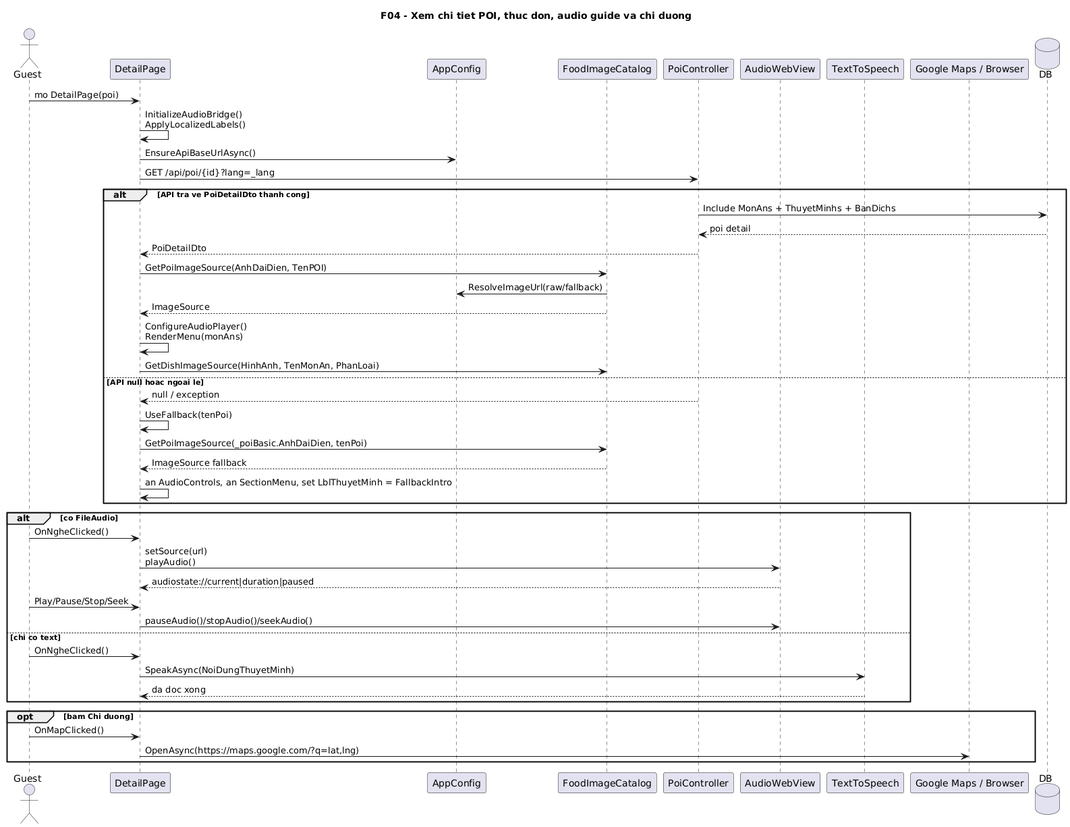
This is docs/diagrams/png/04-poi-detail-sequence.png from VoBao182/PhoAmThuc, a PlantUML export, as it was before one commit. The source it was exported from:
```plantuml
@startuml
title F04 - Xem chi tiet POI, thuc don, audio guide va chi duong

actor Guest
participant DetailPage
participant AppConfig
participant FoodImageCatalog
participant "PoiController" as PoiController
participant AudioWebView
participant "TextToSpeech" as TTS
participant "Google Maps / Browser" as Maps
database DB

Guest -> DetailPage: mo DetailPage(poi)
DetailPage -> DetailPage: InitializeAudioBridge()\nApplyLocalizedLabels()
DetailPage -> AppConfig: EnsureApiBaseUrlAsync()
DetailPage -> PoiController: GET /api/poi/{id}?lang=_lang

alt API tra ve PoiDetailDto thanh cong
  PoiController -> DB: Include MonAns + ThuyetMinhs + BanDichs
  DB --> PoiController: poi detail
  PoiController --> DetailPage: PoiDetailDto
  DetailPage -> FoodImageCatalog: GetPoiImageSource(AnhDaiDien, TenPOI)
  FoodImageCatalog -> AppConfig: ResolveImageUrl(raw/fallback)
  FoodImageCatalog --> DetailPage: ImageSource
  DetailPage -> DetailPage: ConfigureAudioPlayer()\nRenderMenu(monAns)
  DetailPage -> FoodImageCatalog: GetDishImageSource(HinhAnh, TenMonAn, PhanLoai)
else API null hoac ngoai le
  PoiController --> DetailPage: null / exception
  DetailPage -> DetailPage: UseFallback(tenPoi)
  DetailPage -> FoodImageCatalog: GetPoiImageSource(_poiBasic.AnhDaiDien, tenPoi)
  FoodImageCatalog --> DetailPage: ImageSource fallback
  DetailPage -> DetailPage: an AudioControls, an SectionMenu, set LblThuyetMinh = FallbackIntro
end

alt co FileAudio
  Guest -> DetailPage: OnNgheClicked()
  DetailPage -> AudioWebView: setSource(url)\nplayAudio()
  AudioWebView --> DetailPage: audiostate://current|duration|paused
  Guest -> DetailPage: Play/Pause/Stop/Seek
  DetailPage -> AudioWebView: pauseAudio()/stopAudio()/seekAudio()
else chi co text
  Guest -> DetailPage: OnNgheClicked()
  DetailPage -> TTS: SpeakAsync(NoiDungThuyetMinh)
  TTS --> DetailPage: da doc xong
end

opt bam Chi duong
  Guest -> DetailPage: OnMapClicked()
  DetailPage -> Maps: OpenAsync(https://maps.google.com/?q=lat,lng)
end
@enduml
```
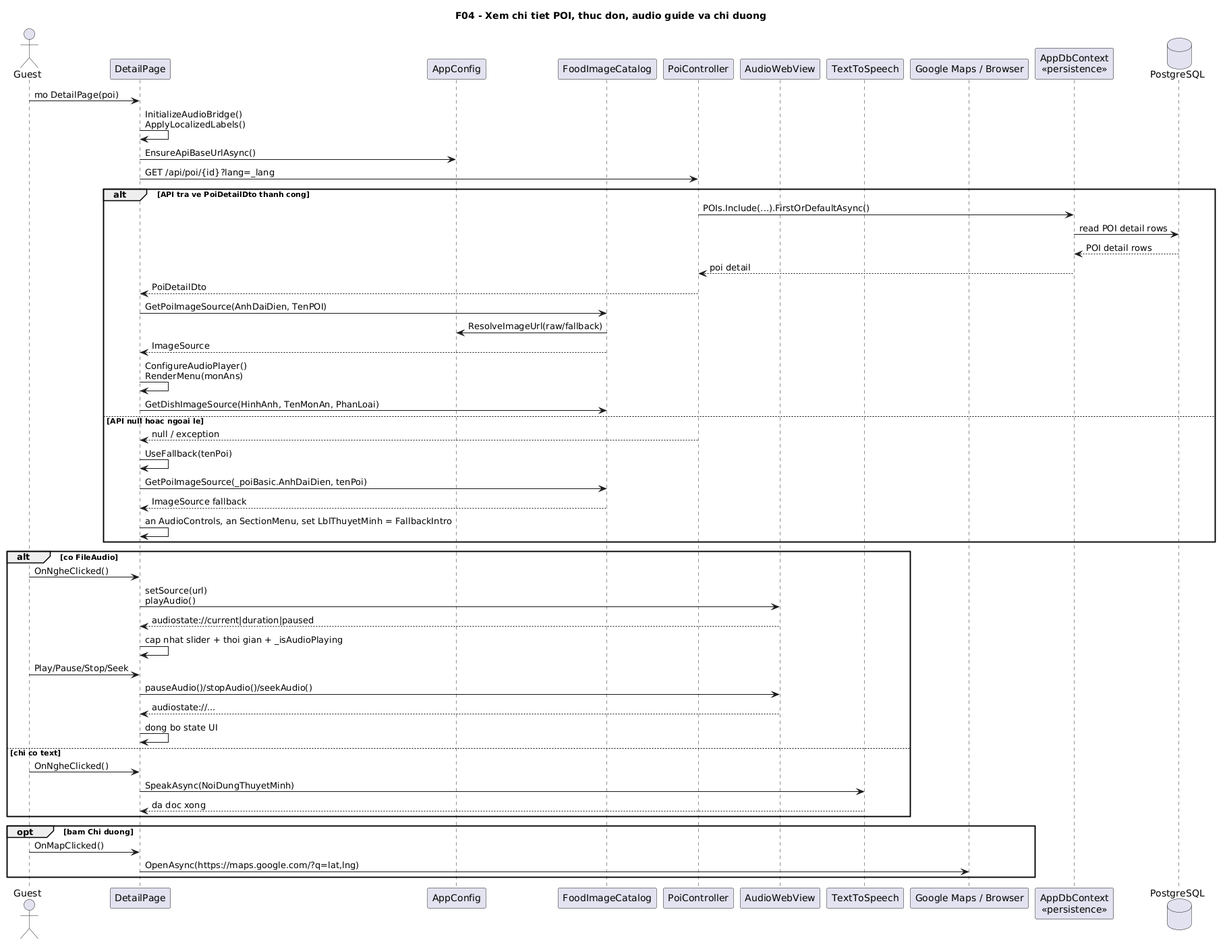
Above is the later version.

The edit, as a diff of the source:
```diff
@@ -9,7 +9,8 @@
 participant AudioWebView
 participant "TextToSpeech" as TTS
 participant "Google Maps / Browser" as Maps
-database DB
+participant "AppDbContext\n<<persistence>>" as DbContext
+database "PostgreSQL" as DB
 
 Guest -> DetailPage: mo DetailPage(poi)
 DetailPage -> DetailPage: InitializeAudioBridge()\nApplyLocalizedLabels()
@@ -17,8 +18,10 @@
 DetailPage -> PoiController: GET /api/poi/{id}?lang=_lang
 
 alt API tra ve PoiDetailDto thanh cong
-  PoiController -> DB: Include MonAns + ThuyetMinhs + BanDichs
-  DB --> PoiController: poi detail
+  PoiController -> DbContext: POIs.Include(...).FirstOrDefaultAsync()
+  DbContext -> DB: read POI detail rows
+  DB --> DbContext: POI detail rows
+  DbContext --> PoiController: poi detail
   PoiController --> DetailPage: PoiDetailDto
   DetailPage -> FoodImageCatalog: GetPoiImageSource(AnhDaiDien, TenPOI)
   FoodImageCatalog -> AppConfig: ResolveImageUrl(raw/fallback)
@@ -37,8 +40,11 @@
   Guest -> DetailPage: OnNgheClicked()
   DetailPage -> AudioWebView: setSource(url)\nplayAudio()
   AudioWebView --> DetailPage: audiostate://current|duration|paused
+  DetailPage -> DetailPage: cap nhat slider + thoi gian + _isAudioPlaying
   Guest -> DetailPage: Play/Pause/Stop/Seek
   DetailPage -> AudioWebView: pauseAudio()/stopAudio()/seekAudio()
+  AudioWebView --> DetailPage: audiostate://...
+  DetailPage -> DetailPage: dong bo state UI
 else chi co text
   Guest -> DetailPage: OnNgheClicked()
   DetailPage -> TTS: SpeakAsync(NoiDungThuyetMinh)
```
